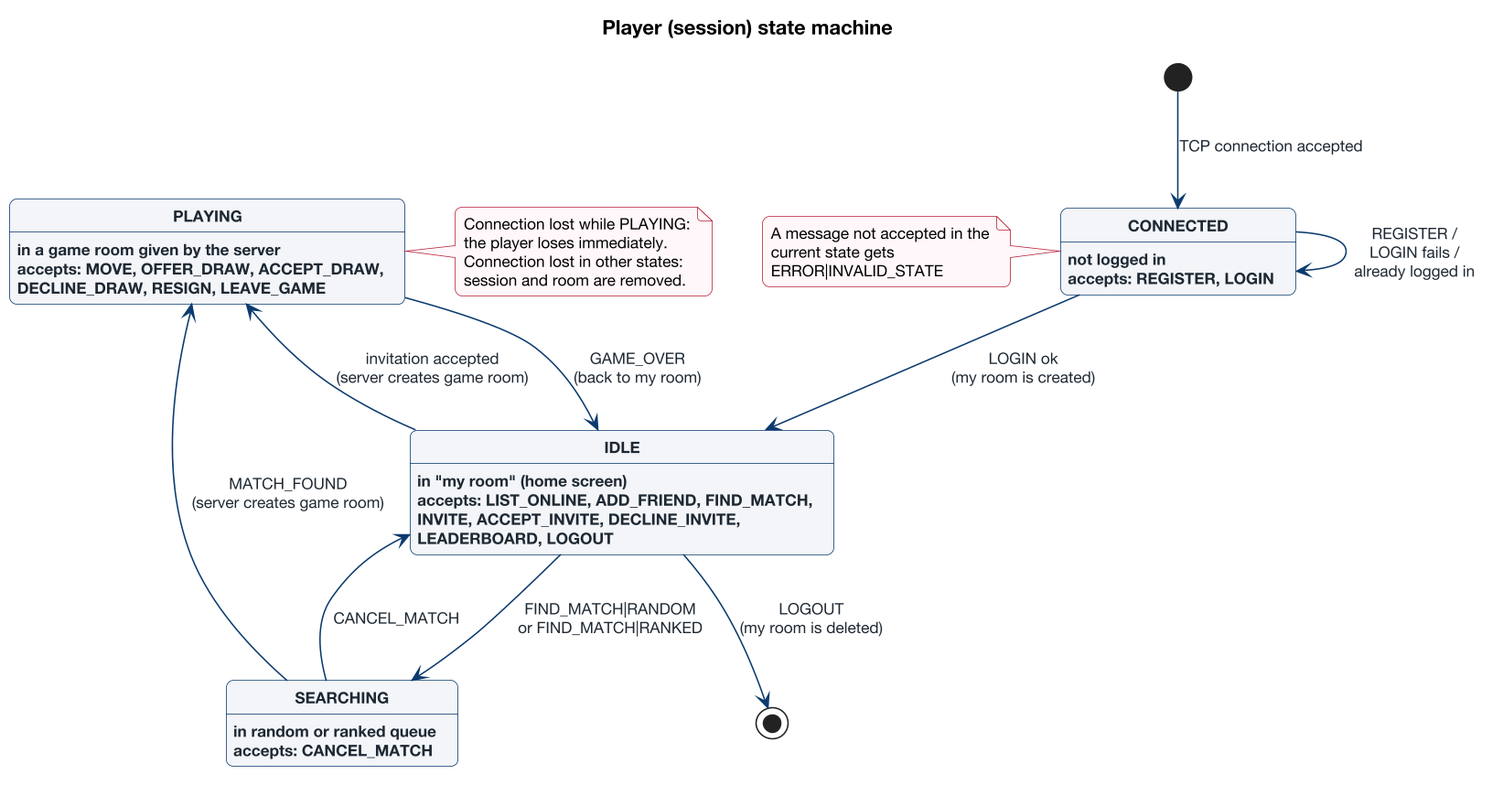
This is docs/diagrams/4_protocol_design/state_machine/png/03_player_state.png from doankhang255/Network_programming, a PlantUML export, as it was before one commit.
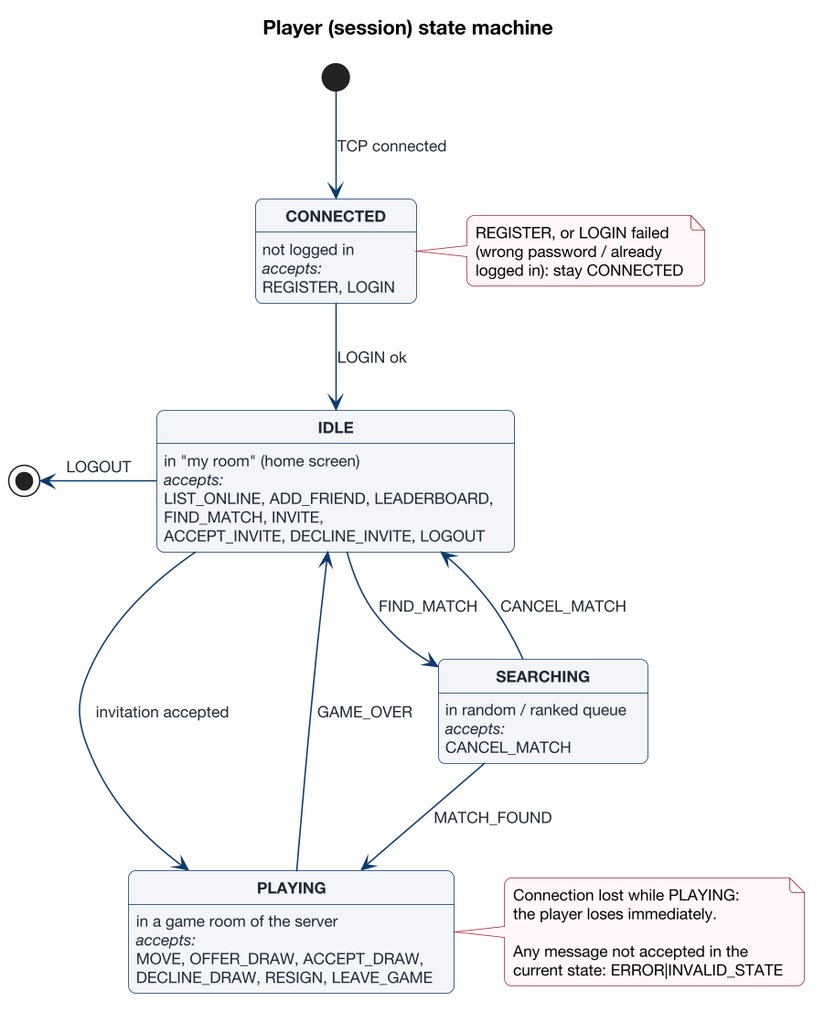
After the change.

What changed in the source:
```diff
@@ -2,30 +2,31 @@
 !include ../../style.iuml
 title Player (session) state machine
 
-state CONNECTED : not logged in\naccepts: REGISTER, LOGIN
-state IDLE : in "my room" (home screen)\naccepts: LIST_ONLINE, ADD_FRIEND, FIND_MATCH,\nINVITE, ACCEPT_INVITE, DECLINE_INVITE,\nLEADERBOARD, LOGOUT
-state SEARCHING : in random or ranked queue\naccepts: CANCEL_MATCH
-state PLAYING : in a game room given by the server\naccepts: MOVE, OFFER_DRAW, ACCEPT_DRAW,\nDECLINE_DRAW, RESIGN, LEAVE_GAME
+state "<b>CONNECTED</b>" as CONNECTED : not logged in\n<i>accepts:</i>\nREGISTER, LOGIN
+state "<b>IDLE</b>" as IDLE : in "my room" (home screen)\n<i>accepts:</i>\nLIST_ONLINE, ADD_FRIEND, LEADERBOARD,\nFIND_MATCH, INVITE,\nACCEPT_INVITE, DECLINE_INVITE, LOGOUT
+state "<b>SEARCHING</b>" as SEARCHING : in random / ranked queue\n<i>accepts:</i>\nCANCEL_MATCH
+state "<b>PLAYING</b>" as PLAYING : in a game room of the server\n<i>accepts:</i>\nMOVE, OFFER_DRAW, ACCEPT_DRAW,\nDECLINE_DRAW, RESIGN, LEAVE_GAME
 
-[*] --> CONNECTED : TCP connection accepted
-CONNECTED --> CONNECTED : REGISTER /\nLOGIN fails /\nalready logged in
-CONNECTED --> IDLE : LOGIN ok\n(my room is created)
-IDLE --> SEARCHING : FIND_MATCH|RANDOM\nor FIND_MATCH|RANKED
-SEARCHING --> IDLE : CANCEL_MATCH
-SEARCHING --> PLAYING : MATCH_FOUND\n(server creates game room)
-IDLE --> PLAYING : invitation accepted\n(server creates game room)
-PLAYING --> IDLE : GAME_OVER\n(back to my room)
-IDLE --> [*] : LOGOUT\n(my room is deleted)
+[*] -down-> CONNECTED : TCP connected
+CONNECTED -down-> IDLE : LOGIN ok
+IDLE -down-> SEARCHING : FIND_MATCH
+SEARCHING -up-> IDLE : CANCEL_MATCH
+SEARCHING -down-> PLAYING : MATCH_FOUND
+IDLE -down-> PLAYING : invitation accepted
+PLAYING -up-> IDLE : GAME_OVER
+IDLE -left-> [*] : LOGOUT
+
+note right of CONNECTED
+  REGISTER, or LOGIN failed
+  (wrong password / already
+  logged in): stay CONNECTED
+end note
 
 note right of PLAYING
   Connection lost while PLAYING:
   the player loses immediately.
-  Connection lost in other states:
-  session and room are removed.
-end note
-note left of CONNECTED
-  A message not accepted in the
-  current state gets
-  ERROR|INVALID_STATE
+
+  Any message not accepted in the
+  current state: ERROR|INVALID_STATE
 end note
 @enduml
```
